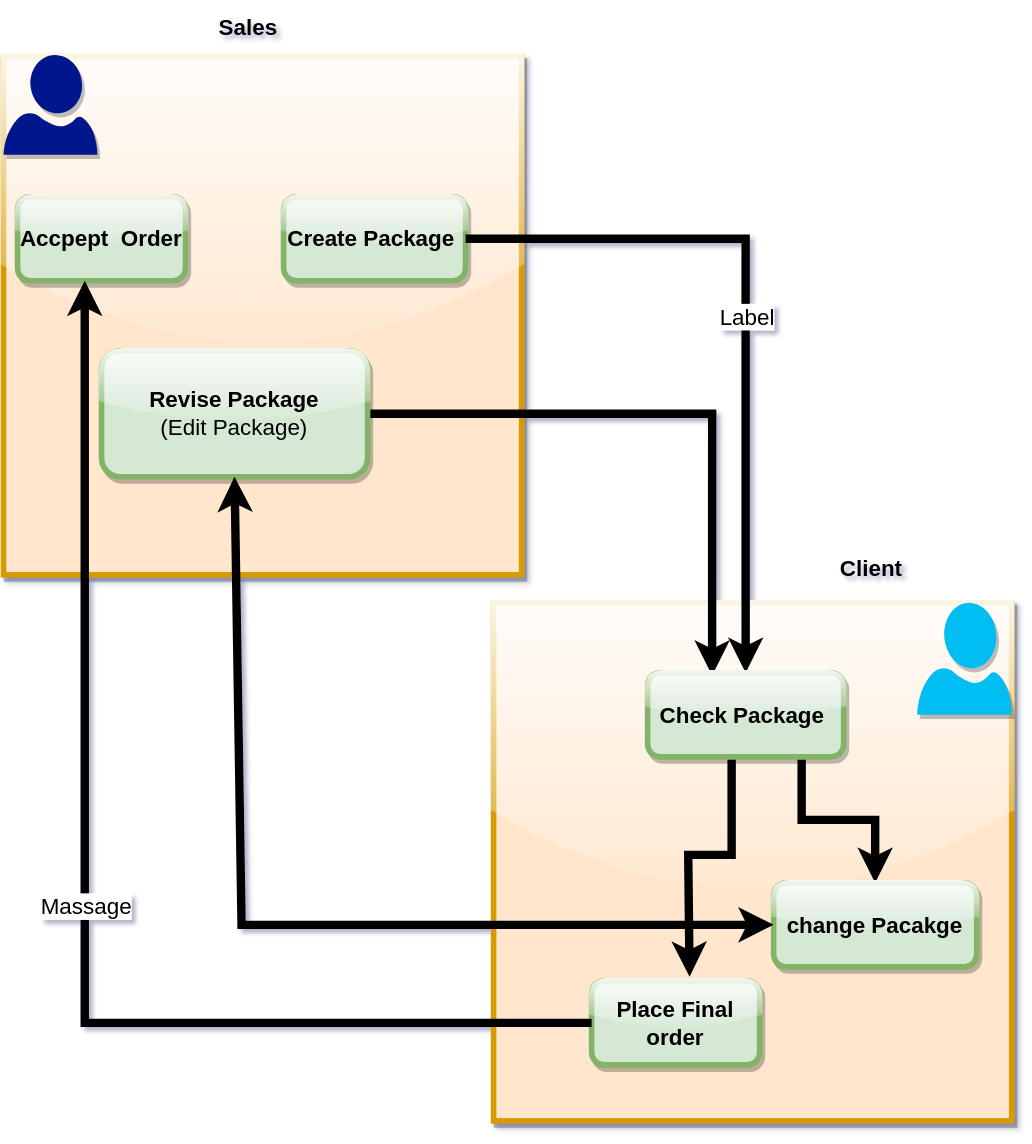
Above: docs/images/procedur.svg in ai-elvinci/Documentation (draw.io), before the change. Source tidied: cells renumbered, new cells last; positions are measured from the earlier drawing's top-left corner, leaving out a move shared by most shapes.
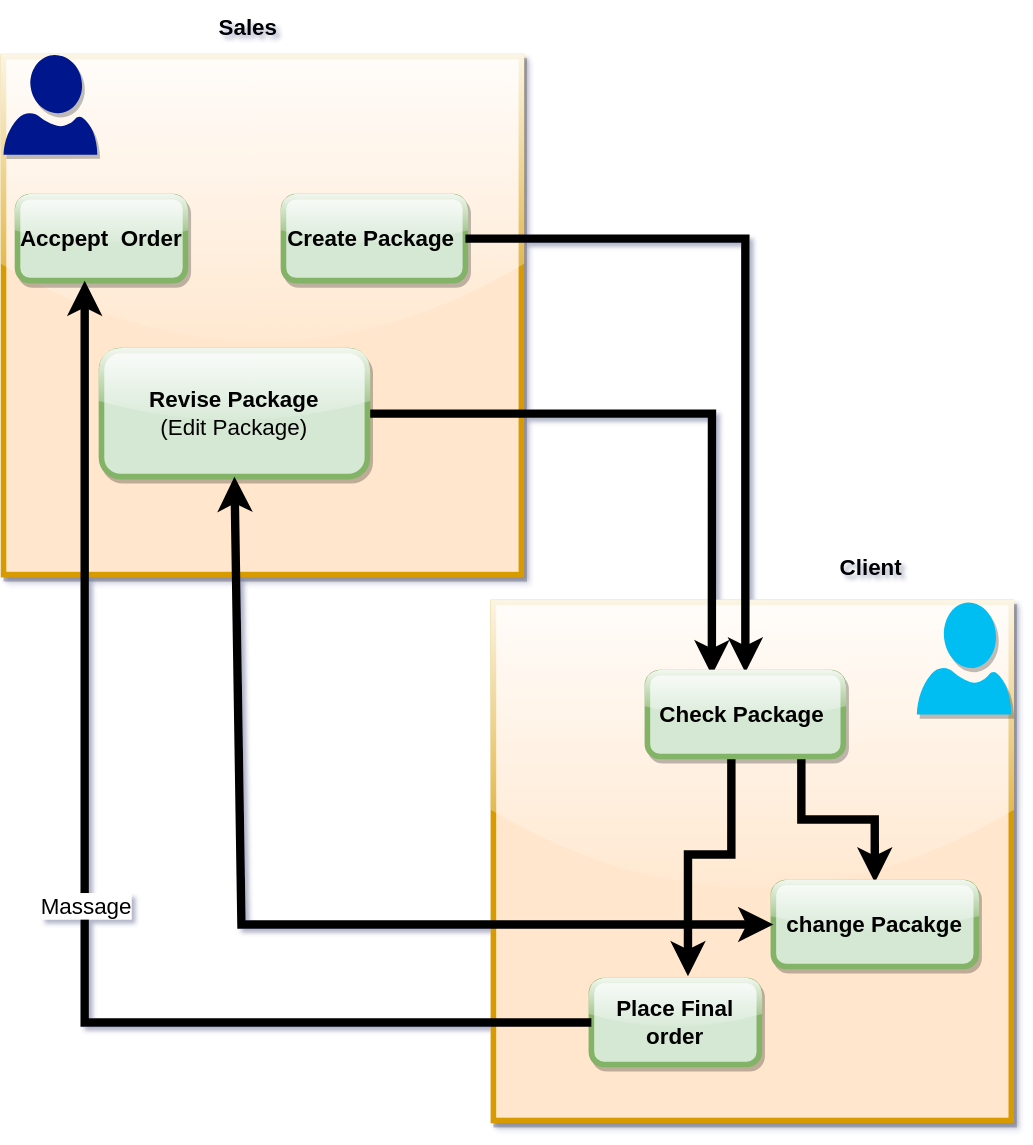
After the change.

Change to the diagram source:
```diff
@@ -75,9 +75,6 @@
     <mxCell id="19" style="endArrow=classic;html=1;rounded=0;labelBackgroundColor=default;fontSize=16;fontColor=default;strokeColor=default;exitX=1;exitY=0.5;exitDx=0;exitDy=0;entryX=0.5;entryY=0;entryDx=0;entryDy=0;edgeStyle=orthogonalEdgeStyle;strokeWidth=6;" parent="1" edge="1" source="6" target="21">
       <mxGeometry relative="1" as="geometry" />
     </mxCell>
-    <mxCell id="20" value="Label" style="edgeLabel;html=1;align=center;verticalAlign=middle;fontSize=16;fontColor=default;strokeColor=default;fillColor=default;labelBackgroundColor=#FFFFFF;" parent="19" vertex="1">
-      <mxGeometry relative="1" as="geometry" />
-    </mxCell>
     <mxCell id="21" value="&lt;b&gt;Check Package&amp;nbsp;&lt;/b&gt;" style="rounded=1;whiteSpace=wrap;html=1;fontSize=16;strokeColor=#82b366;fillColor=#d5e8d4;strokeWidth=4;fontColor=default;shadow=1;glass=1;" parent="1" vertex="1">
       <mxGeometry x="460" y="480" width="140" height="60" as="geometry" />
     </mxCell>
```
